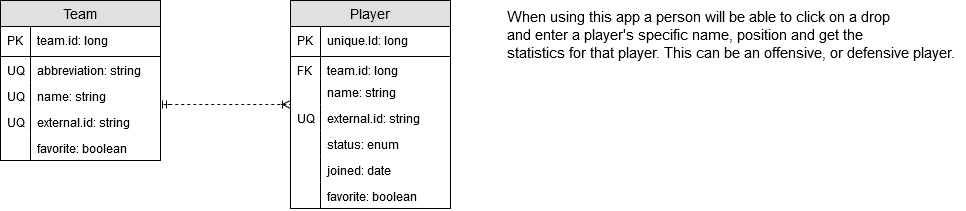
Earlier version of the draw.io export docs/erd.png (NewbieCoder10/fantasy-football-stats). Source tidied: cells renumbered, new cells last; positions are measured from the earlier drawing's top-left corner, leaving out a move shared by most shapes.
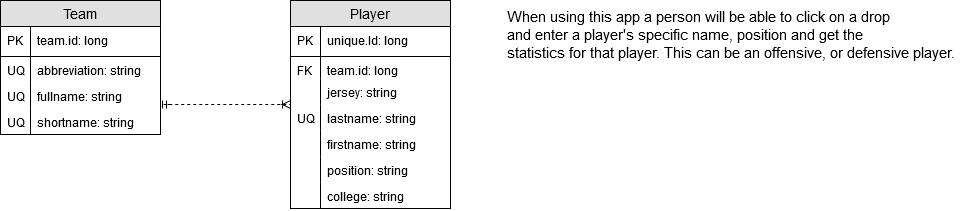
Above is the later version.

Change to the diagram source:
```diff
@@ -3,7 +3,7 @@
     <mxCell id="0" />
     <mxCell id="1" parent="0" />
     <mxCell id="2" value="Team" style="swimlane;fontStyle=0;horizontal=1;startSize=26;fillColor=#e0e0e0;swimlaneFillColor=#ffffff;align=center;fontSize=14;" parent="1" vertex="1">
-      <mxGeometry width="160" height="160" as="geometry" />
+      <mxGeometry width="160" height="134" as="geometry" />
     </mxCell>
     <mxCell id="3" value="team.id: long" style="shape=partialRectangle;top=0;left=0;right=0;bottom=1;align=left;verticalAlign=middle;fillColor=none;spacingLeft=34;spacingRight=4;overflow=hidden;fontStyle=0;fontSize=12;" parent="2" vertex="1">
       <mxGeometry y="26" width="160" height="30" as="geometry" />
@@ -17,24 +17,18 @@
     <mxCell id="6" value="UQ" style="shape=partialRectangle;top=0;left=0;bottom=0;fillColor=none;align=left;verticalAlign=top;spacingLeft=4;spacingRight=4;overflow=hidden;fontSize=12;" parent="5" vertex="1">
       <mxGeometry width="30" height="26" as="geometry" />
     </mxCell>
-    <mxCell id="7" value="name: string" style="shape=partialRectangle;top=0;left=0;right=0;bottom=0;align=left;verticalAlign=top;fillColor=none;spacingLeft=34;spacingRight=4;overflow=hidden;fontSize=12;" parent="2" vertex="1">
+    <mxCell id="7" value="fullname: string" style="shape=partialRectangle;top=0;left=0;right=0;bottom=0;align=left;verticalAlign=top;fillColor=none;spacingLeft=34;spacingRight=4;overflow=hidden;fontSize=12;" parent="2" vertex="1">
       <mxGeometry y="82" width="160" height="26" as="geometry" />
     </mxCell>
     <mxCell id="8" value="UQ" style="shape=partialRectangle;top=0;left=0;bottom=0;fillColor=none;align=left;verticalAlign=top;spacingLeft=4;spacingRight=4;overflow=hidden;fontSize=12;" parent="7" vertex="1">
       <mxGeometry width="30" height="26" as="geometry" />
     </mxCell>
-    <mxCell id="9" value="external.id: string" style="shape=partialRectangle;top=0;left=0;right=0;bottom=0;align=left;verticalAlign=top;fillColor=none;spacingLeft=34;spacingRight=4;overflow=hidden;fontSize=12;" parent="2" vertex="1">
+    <mxCell id="9" value="shortname: string" style="shape=partialRectangle;top=0;left=0;right=0;bottom=0;align=left;verticalAlign=top;fillColor=none;spacingLeft=34;spacingRight=4;overflow=hidden;fontSize=12;" parent="2" vertex="1">
       <mxGeometry y="108" width="160" height="26" as="geometry" />
     </mxCell>
     <mxCell id="10" value="UQ" style="shape=partialRectangle;top=0;left=0;bottom=0;fillColor=none;align=left;verticalAlign=top;spacingLeft=4;spacingRight=4;overflow=hidden;fontSize=12;" parent="9" vertex="1">
       <mxGeometry width="30" height="26" as="geometry" />
     </mxCell>
-    <mxCell id="11" value="favorite: boolean" style="shape=partialRectangle;top=0;left=0;right=0;bottom=0;align=left;verticalAlign=top;fillColor=none;spacingLeft=34;spacingRight=4;overflow=hidden;fontSize=12;" parent="2" vertex="1">
-      <mxGeometry y="134" width="160" height="26" as="geometry" />
-    </mxCell>
-    <mxCell id="12" style="shape=partialRectangle;top=0;left=0;bottom=0;fillColor=none;align=left;verticalAlign=top;spacingLeft=4;spacingRight=4;overflow=hidden;fontSize=12;" parent="11" vertex="1">
-      <mxGeometry width="30" height="26" as="geometry" />
-    </mxCell>
     <mxCell id="13" value="Player" style="swimlane;fontStyle=0;horizontal=1;startSize=26;fillColor=#e0e0e0;swimlaneFillColor=#ffffff;align=center;fontSize=14;" parent="1" vertex="1">
       <mxGeometry x="290" width="160" height="208" as="geometry" />
     </mxCell>
@@ -50,31 +44,31 @@
     <mxCell id="17" value="FK" style="shape=partialRectangle;top=0;left=0;bottom=0;fillColor=none;align=left;verticalAlign=top;spacingLeft=4;spacingRight=4;overflow=hidden;fontSize=12;" parent="16" vertex="1">
       <mxGeometry width="30" height="22" as="geometry" />
     </mxCell>
-    <mxCell id="18" value="name: string" style="shape=partialRectangle;top=0;left=0;right=0;bottom=0;align=left;verticalAlign=top;fillColor=none;spacingLeft=34;spacingRight=4;overflow=hidden;fontSize=12;" parent="13" vertex="1">
+    <mxCell id="18" value="jersey: string" style="shape=partialRectangle;top=0;left=0;right=0;bottom=0;align=left;verticalAlign=top;fillColor=none;spacingLeft=34;spacingRight=4;overflow=hidden;fontSize=12;" parent="13" vertex="1">
       <mxGeometry y="78" width="160" height="26" as="geometry" />
     </mxCell>
     <mxCell id="19" style="shape=partialRectangle;top=0;left=0;bottom=0;fillColor=none;align=left;verticalAlign=top;spacingLeft=4;spacingRight=4;overflow=hidden;fontSize=12;" parent="18" vertex="1">
       <mxGeometry width="30" height="26" as="geometry" />
     </mxCell>
-    <mxCell id="20" value="external.id: string" style="shape=partialRectangle;top=0;left=0;right=0;bottom=0;align=left;verticalAlign=top;fillColor=none;spacingLeft=34;spacingRight=4;overflow=hidden;fontSize=12;" parent="13" vertex="1">
+    <mxCell id="20" value="lastname: string" style="shape=partialRectangle;top=0;left=0;right=0;bottom=0;align=left;verticalAlign=top;fillColor=none;spacingLeft=34;spacingRight=4;overflow=hidden;fontSize=12;" parent="13" vertex="1">
       <mxGeometry y="104" width="160" height="26" as="geometry" />
     </mxCell>
     <mxCell id="21" value="UQ" style="shape=partialRectangle;top=0;left=0;bottom=0;fillColor=none;align=left;verticalAlign=top;spacingLeft=4;spacingRight=4;overflow=hidden;fontSize=12;" parent="20" vertex="1">
       <mxGeometry width="30" height="26" as="geometry" />
     </mxCell>
-    <mxCell id="22" value="status: enum" style="shape=partialRectangle;top=0;left=0;right=0;bottom=0;align=left;verticalAlign=top;fillColor=none;spacingLeft=34;spacingRight=4;overflow=hidden;fontSize=12;" parent="13" vertex="1">
+    <mxCell id="22" value="firstname: string" style="shape=partialRectangle;top=0;left=0;right=0;bottom=0;align=left;verticalAlign=top;fillColor=none;spacingLeft=34;spacingRight=4;overflow=hidden;fontSize=12;" parent="13" vertex="1">
       <mxGeometry y="130" width="160" height="26" as="geometry" />
     </mxCell>
     <mxCell id="23" style="shape=partialRectangle;top=0;left=0;bottom=0;fillColor=none;align=left;verticalAlign=top;spacingLeft=4;spacingRight=4;overflow=hidden;fontSize=12;" parent="22" vertex="1">
       <mxGeometry width="30" height="26" as="geometry" />
     </mxCell>
-    <mxCell id="24" value="joined: date" style="shape=partialRectangle;top=0;left=0;right=0;bottom=0;align=left;verticalAlign=top;fillColor=none;spacingLeft=34;spacingRight=4;overflow=hidden;fontSize=12;" parent="13" vertex="1">
+    <mxCell id="24" value="position: string" style="shape=partialRectangle;top=0;left=0;right=0;bottom=0;align=left;verticalAlign=top;fillColor=none;spacingLeft=34;spacingRight=4;overflow=hidden;fontSize=12;" parent="13" vertex="1">
       <mxGeometry y="156" width="160" height="26" as="geometry" />
     </mxCell>
     <mxCell id="25" style="shape=partialRectangle;top=0;left=0;bottom=0;fillColor=none;align=left;verticalAlign=top;spacingLeft=4;spacingRight=4;overflow=hidden;fontSize=12;" parent="24" vertex="1">
       <mxGeometry width="30" height="26" as="geometry" />
     </mxCell>
-    <mxCell id="26" value="favorite: boolean" style="shape=partialRectangle;top=0;left=0;right=0;bottom=0;align=left;verticalAlign=top;fillColor=none;spacingLeft=34;spacingRight=4;overflow=hidden;fontSize=12;" parent="13" vertex="1">
+    <mxCell id="26" value="college: string" style="shape=partialRectangle;top=0;left=0;right=0;bottom=0;align=left;verticalAlign=top;fillColor=none;spacingLeft=34;spacingRight=4;overflow=hidden;fontSize=12;" parent="13" vertex="1">
       <mxGeometry y="182" width="160" height="26" as="geometry" />
     </mxCell>
     <mxCell id="27" style="shape=partialRectangle;top=0;left=0;bottom=0;fillColor=none;align=left;verticalAlign=top;spacingLeft=4;spacingRight=4;overflow=hidden;fontSize=12;" parent="26" vertex="1">
```
